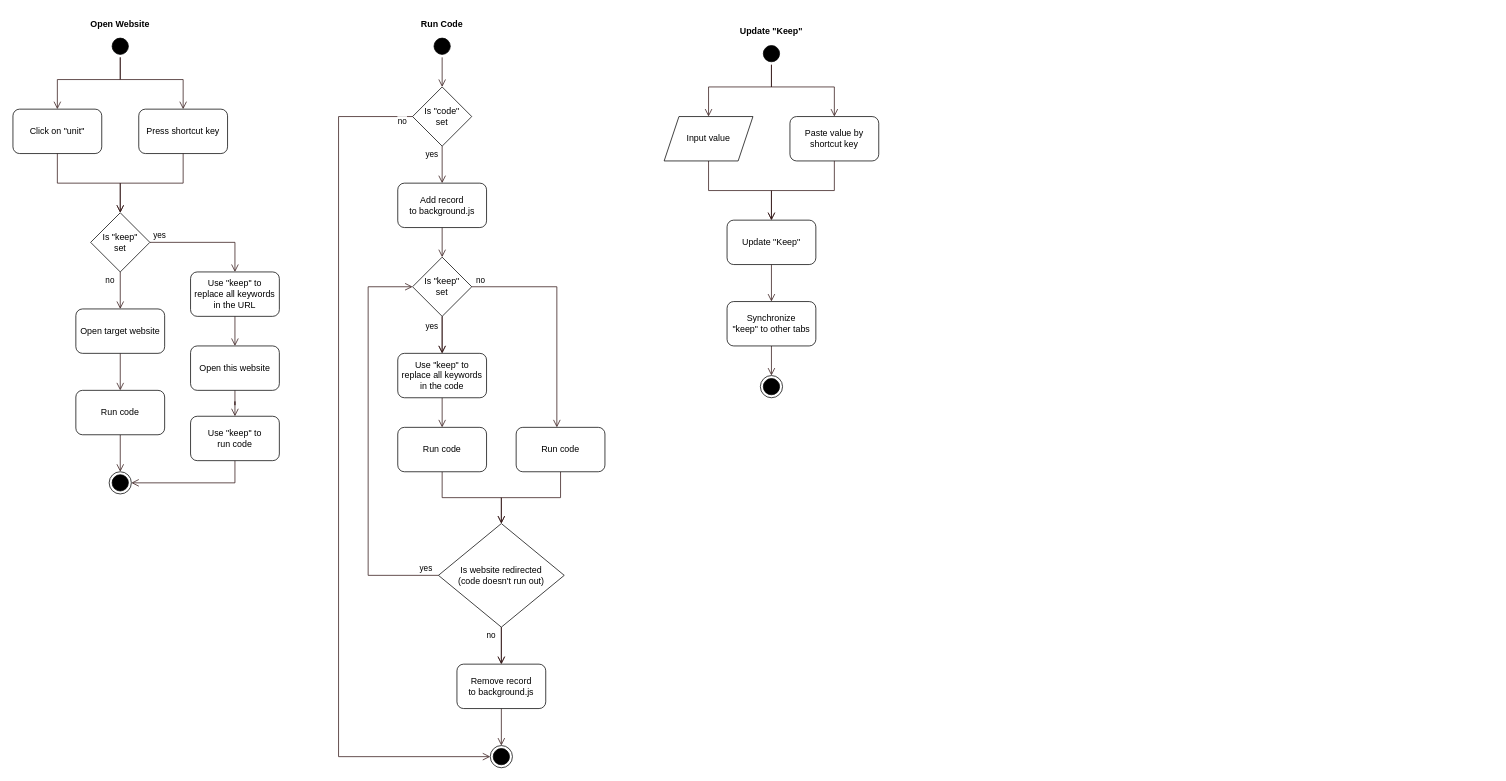
Earlier version of the draw.io diagram page "Flow Chart" (2 of 2) of assets/design.drawio (SNinjo/desk). Source tidied: cells renumbered, new cells numbered last; positions are measured from the earlier drawing's top-left corner, leaving out a move shared by most shapes. Both pictures are drawn from the tidied source at 74%, with x=0, y=0 at pixel (13, 13).
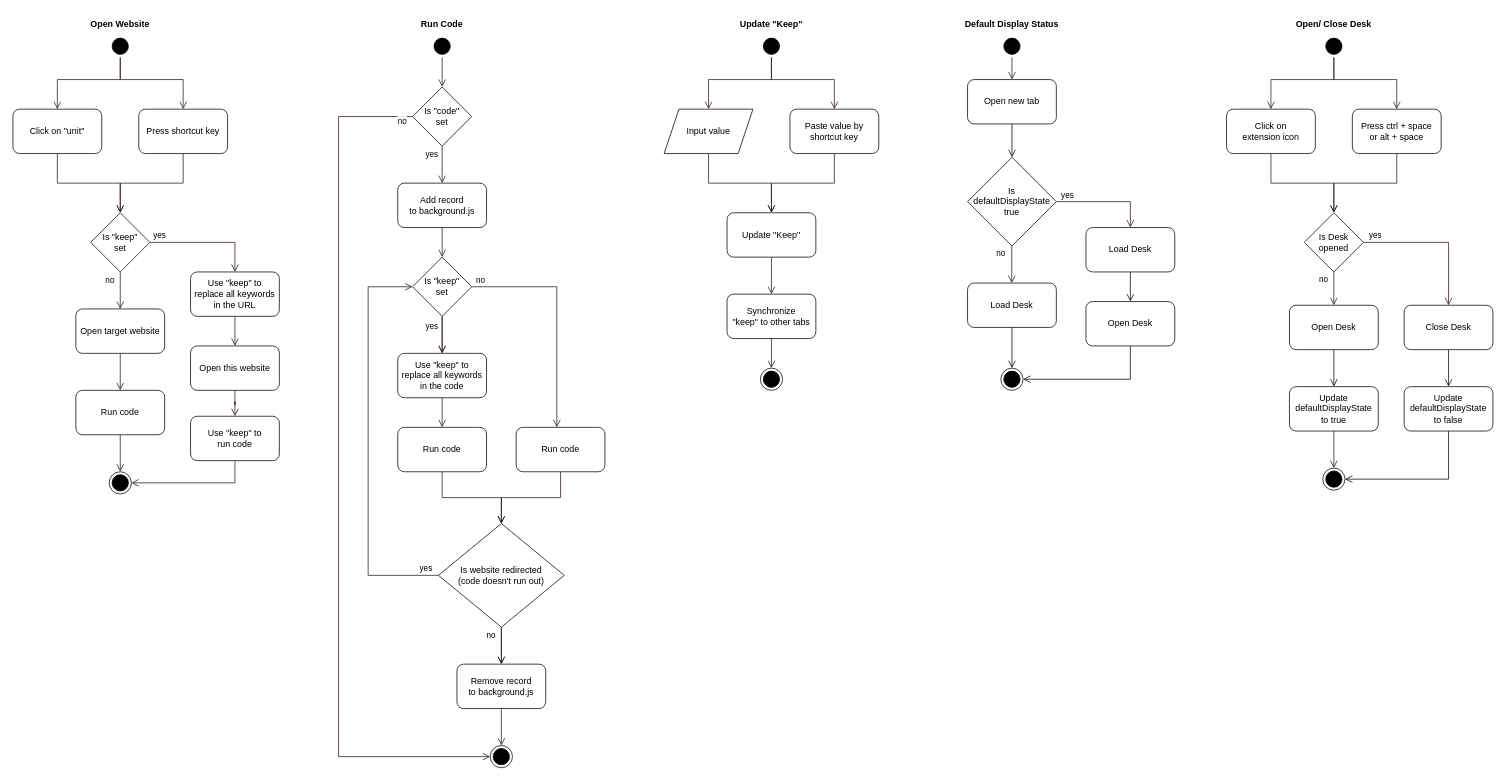
The same diagram, later.

Diff of the diagram source:
```diff
@@
     <mxCell id="17" style="ellipse;html=1;shape=startState;fillColor=#000000;strokeColor=#000000;" parent="1" vertex="1">
-      <mxGeometry x="1010" y="40" width="30" height="30" as="geometry" />
+      <mxGeometry x="1010" y="30" width="30" height="30" as="geometry" />
     </mxCell>
     <mxCell id="18" style="edgeStyle=orthogonalEdgeStyle;html=1;verticalAlign=bottom;endArrow=open;endSize=8;strokeColor=#301313;rounded=0;" parent="1" edge="1" source="17" target="24">
       <mxGeometry relative="1" as="geometry">
         <Array as="points">
-          <mxPoint x="1025" y="100" />
-          <mxPoint x="940" y="100" />
+          <mxPoint x="1025" y="90" />
+          <mxPoint x="940" y="90" />
         </Array>
       </mxGeometry>
     </mxCell>
     <mxCell id="19" style="edgeStyle=orthogonalEdgeStyle;html=1;verticalAlign=bottom;endArrow=open;endSize=8;strokeColor=#301313;rounded=0;" parent="1" edge="1" source="24">
       <mxGeometry relative="1" as="geometry">
-        <mxPoint x="1025" y="280" as="targetPoint" />
+        <mxPoint x="1025" y="270" as="targetPoint" />
         <Array as="points">
-          <mxPoint x="940" y="240" />
-          <mxPoint x="1025" y="240" />
+          <mxPoint x="940" y="230" />
+          <mxPoint x="1025" y="230" />
         </Array>
       </mxGeometry>
     </mxCell>
     <mxCell id="20" style="edgeStyle=orthogonalEdgeStyle;html=1;verticalAlign=bottom;endArrow=open;endSize=8;strokeColor=#301313;rounded=0;" parent="1" edge="1" source="17" target="21">
       <mxGeometry relative="1" as="geometry">
         <Array as="points">
-          <mxPoint x="1025" y="100" />
-          <mxPoint x="1110" y="100" />
+          <mxPoint x="1025" y="90" />
+          <mxPoint x="1110" y="90" />
         </Array>
       </mxGeometry>
     </mxCell>
     <mxCell id="21" value="Paste value by&lt;br&gt;shortcut key" style="rounded=1;whiteSpace=wrap;html=1;strokeColor=#000000;" parent="1" vertex="1">
-      <mxGeometry x="1050" y="140" width="120" height="60" as="geometry" />
+      <mxGeometry x="1050" y="130" width="120" height="60" as="geometry" />
     </mxCell>
     <mxCell id="22" style="edgeStyle=orthogonalEdgeStyle;html=1;verticalAlign=bottom;endArrow=open;endSize=8;strokeColor=#301313;rounded=0;" parent="1" edge="1" source="21" target="26">
       <mxGeometry x="1" y="-68" relative="1" as="geometry">
         <Array as="points">
-          <mxPoint x="1110" y="240" />
-          <mxPoint x="1025" y="240" />
+          <mxPoint x="1110" y="230" />
+          <mxPoint x="1025" y="230" />
         </Array>
         <mxPoint x="-55" y="28" as="offset" />
       </mxGeometry>
     </mxCell>
     <mxCell id="23" value="Update &quot;Keep&quot;" style="text;html=1;strokeColor=none;fillColor=none;align=center;verticalAlign=middle;whiteSpace=wrap;rounded=0;fontStyle=1;" parent="1" vertex="1">
-      <mxGeometry x="980" y="10" width="90" height="30" as="geometry" />
+      <mxGeometry x="980" width="90" height="30" as="geometry" />
     </mxCell>
     <mxCell id="24" value="Input value" style="shape=parallelogram;perimeter=parallelogramPerimeter;whiteSpace=wrap;html=1;fixedSize=1;strokeColor=#000000;" parent="1" vertex="1">
-      <mxGeometry x="880" y="140" width="120" height="60" as="geometry" />
+      <mxGeometry x="880" y="130" width="120" height="60" as="geometry" />
     </mxCell>
@@
     <mxCell id="26" value="Update &quot;Keep&quot;" style="rounded=1;whiteSpace=wrap;html=1;strokeColor=#000000;" parent="1" vertex="1">
-      <mxGeometry x="965" y="280" width="120" height="60" as="geometry" />
+      <mxGeometry x="965" y="270" width="120" height="60" as="geometry" />
     </mxCell>
@@
     <mxCell id="28" value="Synchronize&lt;br&gt;&quot;keep&quot; to other tabs" style="rounded=1;whiteSpace=wrap;html=1;strokeColor=#000000;" parent="1" vertex="1">
-      <mxGeometry x="965" y="390" width="120" height="60" as="geometry" />
+      <mxGeometry x="965" y="380" width="120" height="60" as="geometry" />
     </mxCell>
     <mxCell id="29" style="ellipse;html=1;shape=endState;fillColor=#000000;strokeColor=#000000;" parent="1" vertex="1">
-      <mxGeometry x="1010" y="490" width="30" height="30" as="geometry" />
+      <mxGeometry x="1010" y="480" width="30" height="30" as="geometry" />
     </mxCell>
@@
+    <mxCell id="70" style="ellipse;html=1;shape=startState;fillColor=#000000;strokeColor=#000000;" parent="1" vertex="1">
+      <mxGeometry x="1770" y="30" width="30" height="30" as="geometry" />
+    </mxCell>
+    <mxCell id="71" style="edgeStyle=orthogonalEdgeStyle;html=1;verticalAlign=bottom;endArrow=open;endSize=8;strokeColor=#301313;rounded=0;" parent="1" edge="1" source="70" target="77">
+      <mxGeometry relative="1" as="geometry">
+        <Array as="points">
+          <mxPoint x="1785" y="90" />
+          <mxPoint x="1700" y="90" />
+        </Array>
+      </mxGeometry>
+    </mxCell>
+    <mxCell id="72" style="edgeStyle=orthogonalEdgeStyle;html=1;verticalAlign=bottom;endArrow=open;endSize=8;strokeColor=#301313;rounded=0;" parent="1" edge="1" target="108">
+      <mxGeometry relative="1" as="geometry">
+        <mxPoint x="1700" y="190" as="sourcePoint" />
+        <Array as="points">
+          <mxPoint x="1700" y="230" />
+          <mxPoint x="1785" y="230" />
+        </Array>
+      </mxGeometry>
+    </mxCell>
+    <mxCell id="73" style="edgeStyle=orthogonalEdgeStyle;html=1;verticalAlign=bottom;endArrow=open;endSize=8;strokeColor=#301313;rounded=0;" parent="1" edge="1" source="70" target="74">
+      <mxGeometry relative="1" as="geometry">
+        <Array as="points">
+          <mxPoint x="1785" y="90" />
+          <mxPoint x="1870" y="90" />
+        </Array>
+      </mxGeometry>
+    </mxCell>
+    <mxCell id="74" value="Press ctrl + space&lt;br&gt;or alt + space" style="rounded=1;whiteSpace=wrap;html=1;strokeColor=#000000;" parent="1" vertex="1">
+      <mxGeometry x="1810" y="130" width="120" height="60" as="geometry" />
+    </mxCell>
+    <mxCell id="75" style="edgeStyle=orthogonalEdgeStyle;html=1;verticalAlign=bottom;endArrow=open;endSize=8;strokeColor=#301313;rounded=0;" parent="1" edge="1" source="74" target="108">
+      <mxGeometry x="1" y="-68" relative="1" as="geometry">
+        <Array as="points">
+          <mxPoint x="1870" y="230" />
+          <mxPoint x="1785" y="230" />
+        </Array>
+        <mxPoint x="-55" y="28" as="offset" />
+      </mxGeometry>
+    </mxCell>
+    <mxCell id="76" value="Open/ Close Desk" style="text;html=1;strokeColor=none;fillColor=none;align=center;verticalAlign=middle;whiteSpace=wrap;rounded=0;fontStyle=1;" parent="1" vertex="1">
+      <mxGeometry x="1730" width="110" height="30" as="geometry" />
+    </mxCell>
+    <mxCell id="77" value="Click on&lt;br&gt;extension icon" style="rounded=1;whiteSpace=wrap;html=1;strokeColor=#000000;" parent="1" vertex="1">
+      <mxGeometry x="1640" y="130" width="120" height="60" as="geometry" />
+    </mxCell>
+    <mxCell id="78" style="edgeStyle=orthogonalEdgeStyle;rounded=0;jettySize=auto;html=1;strokeColor=#301313;endArrow=open;endFill=0;endSize=8;" parent="1" edge="1" source="108" target="83">
+      <mxGeometry relative="1" as="geometry" />
+    </mxCell>
+    <mxCell id="79" value="no" style="edgeLabel;html=1;align=center;verticalAlign=middle;" parent="78" vertex="1">
+      <mxGeometry x="-0.77" y="1" relative="1" as="geometry">
+        <mxPoint x="-16" y="4" as="offset" />
+      </mxGeometry>
+    </mxCell>
+    <mxCell id="80" style="edgeStyle=orthogonalEdgeStyle;rounded=0;jettySize=auto;html=1;strokeColor=#301313;endArrow=open;endFill=0;endSize=8;" parent="1" edge="1" source="108" target="85">
+      <mxGeometry relative="1" as="geometry">
+        <Array as="points">
+          <mxPoint x="1940" y="310" />
+        </Array>
+      </mxGeometry>
+    </mxCell>
+    <mxCell id="81" value="yes" style="edgeLabel;html=1;align=center;verticalAlign=middle;" parent="80" vertex="1">
+      <mxGeometry x="-0.66" y="-2" relative="1" as="geometry">
+        <mxPoint x="-19" y="-12" as="offset" />
+      </mxGeometry>
+    </mxCell>
+    <mxCell id="82" style="edgeStyle=none;rounded=0;jettySize=auto;html=1;endArrow=open;endFill=0;endSize=8;" parent="1" edge="1" source="83" target="86">
+      <mxGeometry relative="1" as="geometry" />
+    </mxCell>
+    <mxCell id="83" value="Open Desk" style="rounded=1;whiteSpace=wrap;html=1;strokeColor=#000000;" parent="1" vertex="1">
+      <mxGeometry x="1725" y="395" width="120" height="60" as="geometry" />
+    </mxCell>
+    <mxCell id="84" style="edgeStyle=none;rounded=0;jettySize=auto;html=1;endArrow=open;endFill=0;endSize=8;" parent="1" edge="1" source="85" target="90">
+      <mxGeometry relative="1" as="geometry" />
+    </mxCell>
+    <mxCell id="85" value="Close Desk" style="rounded=1;whiteSpace=wrap;html=1;strokeColor=#000000;" parent="1" vertex="1">
+      <mxGeometry x="1880" y="395" width="120" height="60" as="geometry" />
+    </mxCell>
+    <mxCell id="86" value="Update defaultDisplayState&lt;br&gt;to true" style="rounded=1;whiteSpace=wrap;html=1;strokeColor=#000000;" parent="1" vertex="1">
+      <mxGeometry x="1725" y="505" width="120" height="60" as="geometry" />
+    </mxCell>
+    <mxCell id="87" style="edgeStyle=orthogonalEdgeStyle;rounded=0;jettySize=auto;html=1;strokeColor=#301313;endArrow=open;endFill=0;endSize=8;" parent="1" edge="1" source="86" target="88">
+      <mxGeometry relative="1" as="geometry" />
+    </mxCell>
+    <mxCell id="88" style="ellipse;html=1;shape=endState;fillColor=#000000;strokeColor=#000000;" parent="1" vertex="1">
+      <mxGeometry x="1770" y="615" width="30" height="30" as="geometry" />
+    </mxCell>
+    <mxCell id="89" style="edgeStyle=orthogonalEdgeStyle;rounded=0;jettySize=auto;html=1;endArrow=open;endFill=0;endSize=8;" parent="1" edge="1" source="90" target="88">
+      <mxGeometry relative="1" as="geometry">
+        <Array as="points">
+          <mxPoint x="1940" y="630" />
+        </Array>
+      </mxGeometry>
+    </mxCell>
+    <mxCell id="90" value="Update defaultDisplayState&lt;br&gt;to false" style="rounded=1;whiteSpace=wrap;html=1;strokeColor=#000000;" parent="1" vertex="1">
+      <mxGeometry x="1880" y="505" width="120" height="60" as="geometry" />
+    </mxCell>
+    <mxCell id="91" style="ellipse;html=1;shape=startState;fillColor=#000000;strokeColor=#000000;" parent="1" vertex="1">
+      <mxGeometry x="1335" y="30" width="30" height="30" as="geometry" />
+    </mxCell>
+    <mxCell id="92" style="edgeStyle=orthogonalEdgeStyle;html=1;verticalAlign=bottom;endArrow=open;endSize=8;strokeColor=#301313;rounded=0;" parent="1" edge="1" source="91" target="102">
+      <mxGeometry relative="1" as="geometry" />
+    </mxCell>
+    <mxCell id="93" value="Default Display Status" style="text;html=1;strokeColor=none;fillColor=none;align=center;verticalAlign=middle;whiteSpace=wrap;rounded=0;fontStyle=1;" parent="1" vertex="1">
+      <mxGeometry x="1280" width="140" height="30" as="geometry" />
+    </mxCell>
+    <mxCell id="94" value="Is&lt;br style=&quot;border-color: var(--border-color);&quot;&gt;defaultDisplayState&lt;br style=&quot;border-color: var(--border-color);&quot;&gt;true" style="rhombus;whiteSpace=wrap;html=1;strokeColor=#000000;" parent="1" vertex="1">
+      <mxGeometry x="1290" y="195" width="120" height="120" as="geometry" />
+    </mxCell>
+    <mxCell id="95" style="edgeStyle=orthogonalEdgeStyle;rounded=0;jettySize=auto;html=1;strokeColor=#301313;endArrow=open;endFill=0;endSize=8;" parent="1" edge="1" source="94" target="105">
+      <mxGeometry relative="1" as="geometry">
+        <Array as="points">
+          <mxPoint x="1510" y="255" />
+        </Array>
+      </mxGeometry>
+    </mxCell>
+    <mxCell id="96" value="yes" style="edgeLabel;html=1;align=center;verticalAlign=middle;" parent="95" vertex="1">
+      <mxGeometry x="-0.66" y="-2" relative="1" as="geometry">
+        <mxPoint x="-9" y="-12" as="offset" />
+      </mxGeometry>
+    </mxCell>
+    <mxCell id="97" style="rounded=0;jettySize=auto;html=1;strokeColor=#301313;endArrow=open;endFill=0;endSize=8;" parent="1" edge="1" source="94">
+      <mxGeometry relative="1" as="geometry">
+        <mxPoint x="1349.7" y="365" as="targetPoint" />
+      </mxGeometry>
+    </mxCell>
+    <mxCell id="98" value="no" style="edgeLabel;html=1;align=center;verticalAlign=middle;" parent="97" vertex="1">
+      <mxGeometry x="-0.77" y="1" relative="1" as="geometry">
+        <mxPoint x="-16" y="4" as="offset" />
+      </mxGeometry>
+    </mxCell>
+    <mxCell id="99" style="edgeStyle=none;rounded=0;jettySize=auto;html=1;endArrow=open;endFill=0;endSize=8;" parent="1" edge="1" source="100" target="103">
+      <mxGeometry relative="1" as="geometry" />
+    </mxCell>
+    <mxCell id="100" value="Load Desk" style="rounded=1;whiteSpace=wrap;html=1;strokeColor=#000000;" parent="1" vertex="1">
+      <mxGeometry x="1290" y="365" width="120" height="60" as="geometry" />
+    </mxCell>
+    <mxCell id="101" style="edgeStyle=none;rounded=0;jettySize=auto;html=1;endArrow=open;endFill=0;endSize=8;" parent="1" edge="1" source="102" target="94">
+      <mxGeometry relative="1" as="geometry" />
+    </mxCell>
+    <mxCell id="102" value="Open new tab" style="rounded=1;whiteSpace=wrap;html=1;strokeColor=#000000;" parent="1" vertex="1">
+      <mxGeometry x="1290" y="90" width="120" height="60" as="geometry" />
+    </mxCell>
+    <mxCell id="103" style="ellipse;html=1;shape=endState;fillColor=#000000;strokeColor=#000000;" parent="1" vertex="1">
+      <mxGeometry x="1335" y="480" width="30" height="30" as="geometry" />
+    </mxCell>
+    <mxCell id="104" style="edgeStyle=none;rounded=0;jettySize=auto;html=1;endArrow=open;endFill=0;endSize=8;" parent="1" edge="1" source="105" target="107">
+      <mxGeometry relative="1" as="geometry" />
+    </mxCell>
+    <mxCell id="105" value="Load Desk" style="rounded=1;whiteSpace=wrap;html=1;strokeColor=#000000;" parent="1" vertex="1">
+      <mxGeometry x="1450" y="290" width="120" height="60" as="geometry" />
+    </mxCell>
+    <mxCell id="106" style="edgeStyle=none;rounded=0;jettySize=auto;html=1;endArrow=open;endFill=0;endSize=8;" parent="1" edge="1" source="107" target="103">
+      <mxGeometry relative="1" as="geometry">
+        <Array as="points">
+          <mxPoint x="1510" y="495" />
+        </Array>
+      </mxGeometry>
+    </mxCell>
+    <mxCell id="107" value="Open Desk" style="rounded=1;whiteSpace=wrap;html=1;strokeColor=#000000;" parent="1" vertex="1">
+      <mxGeometry x="1450" y="390" width="120" height="60" as="geometry" />
+    </mxCell>
+    <mxCell id="108" value="Is Desk opened" style="rhombus;whiteSpace=wrap;html=1;strokeColor=#000000;" parent="1" vertex="1">
+      <mxGeometry x="1745" y="270" width="80" height="80" as="geometry" />
+    </mxCell>
```
